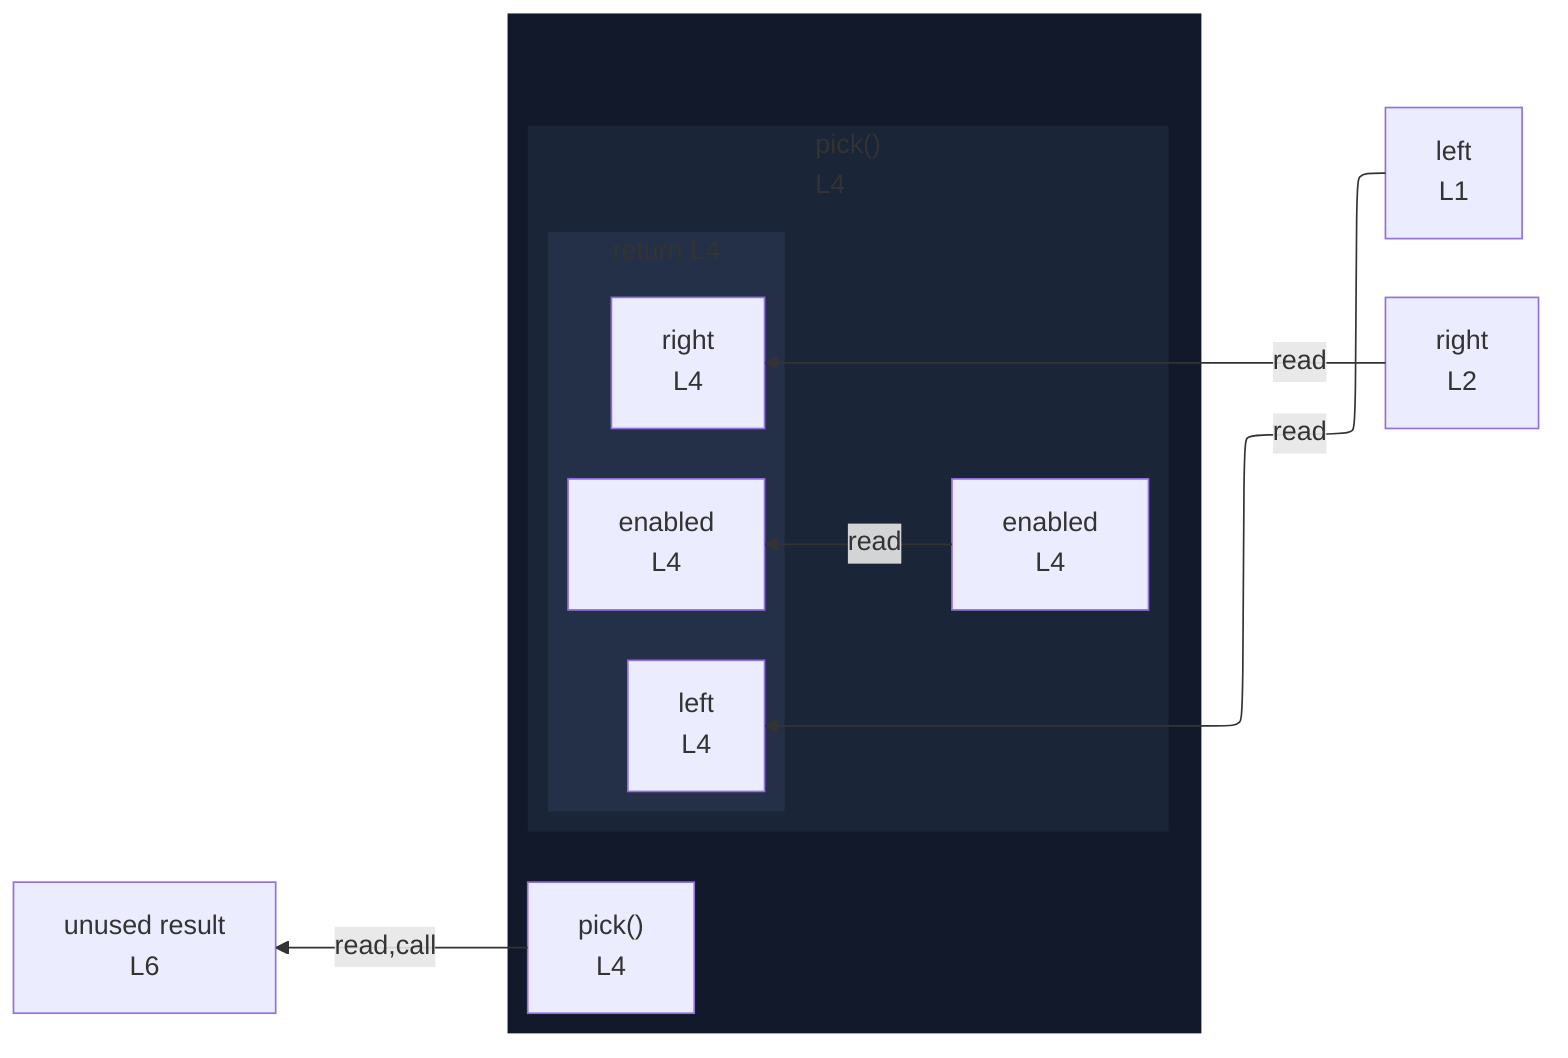
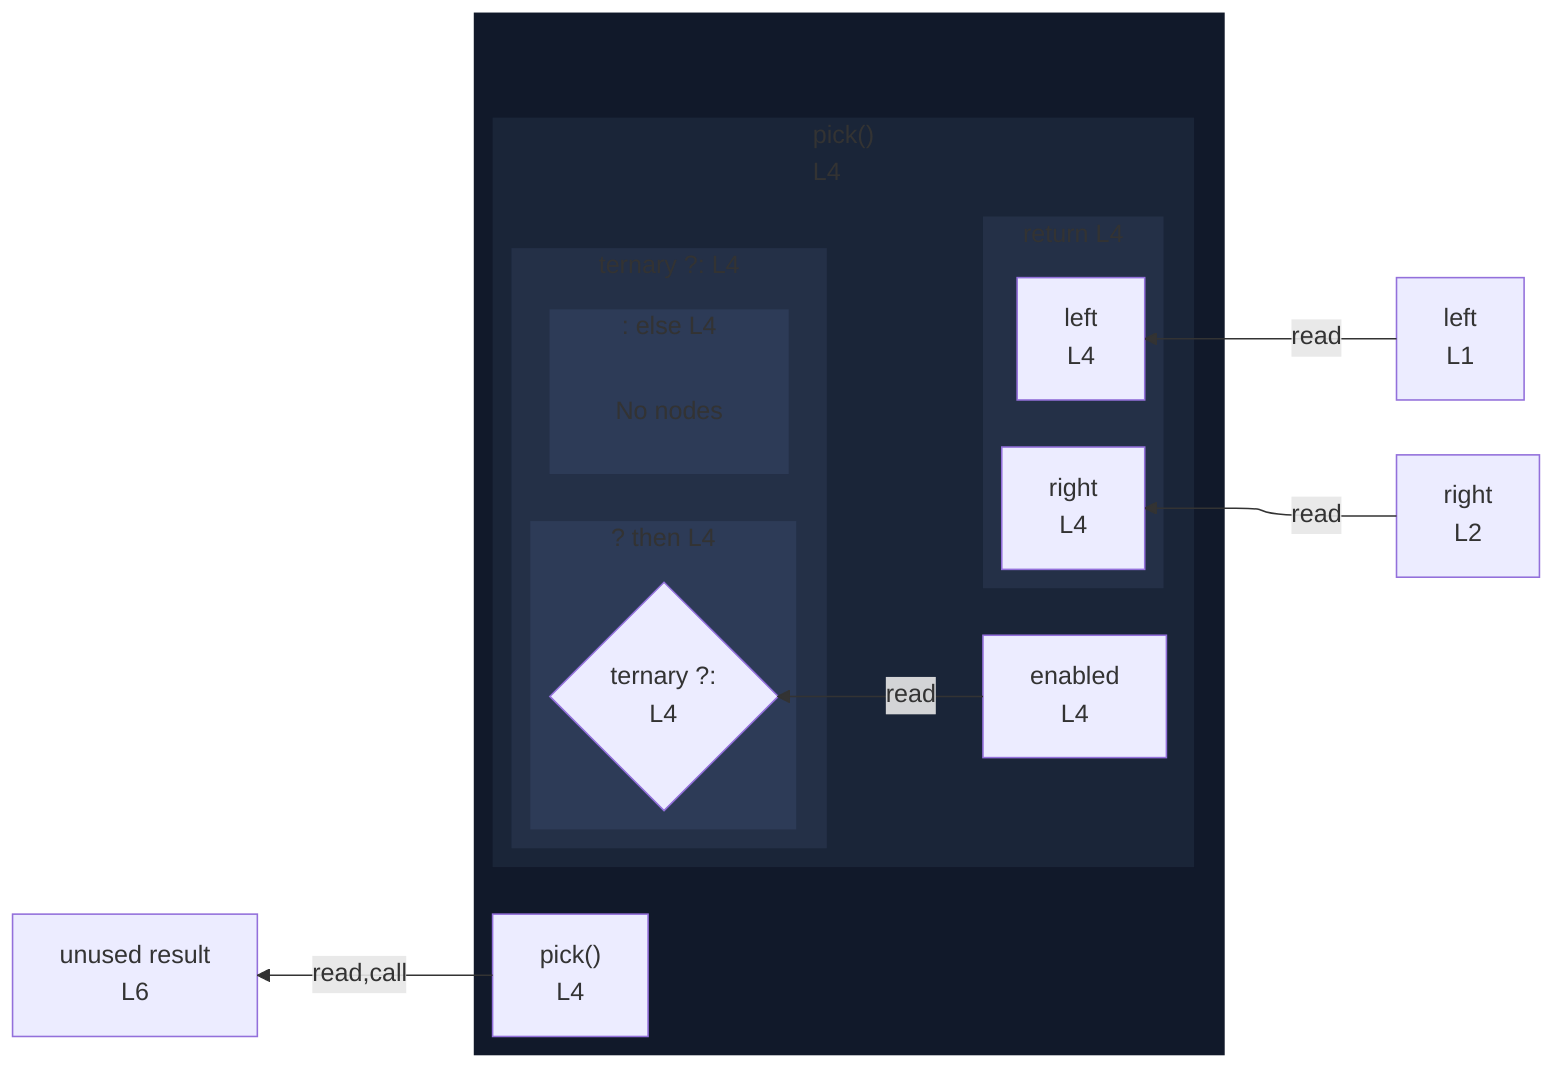
%%{init: {"flowchart": {"defaultRenderer": "elk"}}}%%
flowchart RL
  n_scope_0_left_6["left<br/>L1"]
  n_scope_0_right_24["right<br/>L2"]
  n_scope_0_result_106["unused result<br/>L6"]
  subgraph wrap_s_scope_1[" "]
    direction TB
    n_scope_0_pick_44["pick()<br/>L4"]
    subgraph s_scope_1["pick()<br/>L4"]
      direction RL
      n_scope_1_enabled_52["enabled<br/>L4"]
+       subgraph cont_ternary_scope_1_74["ternary ?: L4"]
+         direction RL
+         subgraph s_scope_2["? then L4"]
+           direction RL
+           ternary_test_scope_1_74{"ternary ?:<br/>L4"}
+         end
+         subgraph s_scope_3[": else L4"]
+           direction RL
+           elk_empty_s_scope_3["No nodes"]
+         end
+       end
      subgraph s_return_scope_0_pick_44_73_97["return L4"]
        direction RL
-         ret_use_ref_3["enabled<br/>L4"]
        ret_use_ref_4["left<br/>L4"]
        ret_use_ref_5["right<br/>L4"]
      end
    end
  end
-   n_scope_1_enabled_52 -->|read| ret_use_ref_3
+   n_scope_1_enabled_52 -->|read| ternary_test_scope_1_74
  n_scope_0_left_6 -->|read| ret_use_ref_4
  n_scope_0_right_24 -->|read| ret_use_ref_5
  n_scope_0_pick_44 -->|read,call| n_scope_0_result_106
  classDef nestL1 fill:#11192a,stroke:transparent;
  class wrap_s_scope_1 nestL1;
  classDef nestL2 fill:#1a2538,stroke:transparent;
  class s_scope_1 nestL2;
  classDef nestL3 fill:#243047,stroke:transparent;
+   class cont_ternary_scope_1_74 nestL3;
  class s_return_scope_0_pick_44_73_97 nestL3;
+   classDef nestL4 fill:#2d3b57,stroke:transparent;
+   class s_scope_2 nestL4;
+   class s_scope_3 nestL4;
+   classDef elkEmptyPlaceholder fill:transparent,stroke:transparent;
+   class elk_empty_s_scope_3 elkEmptyPlaceholder;
